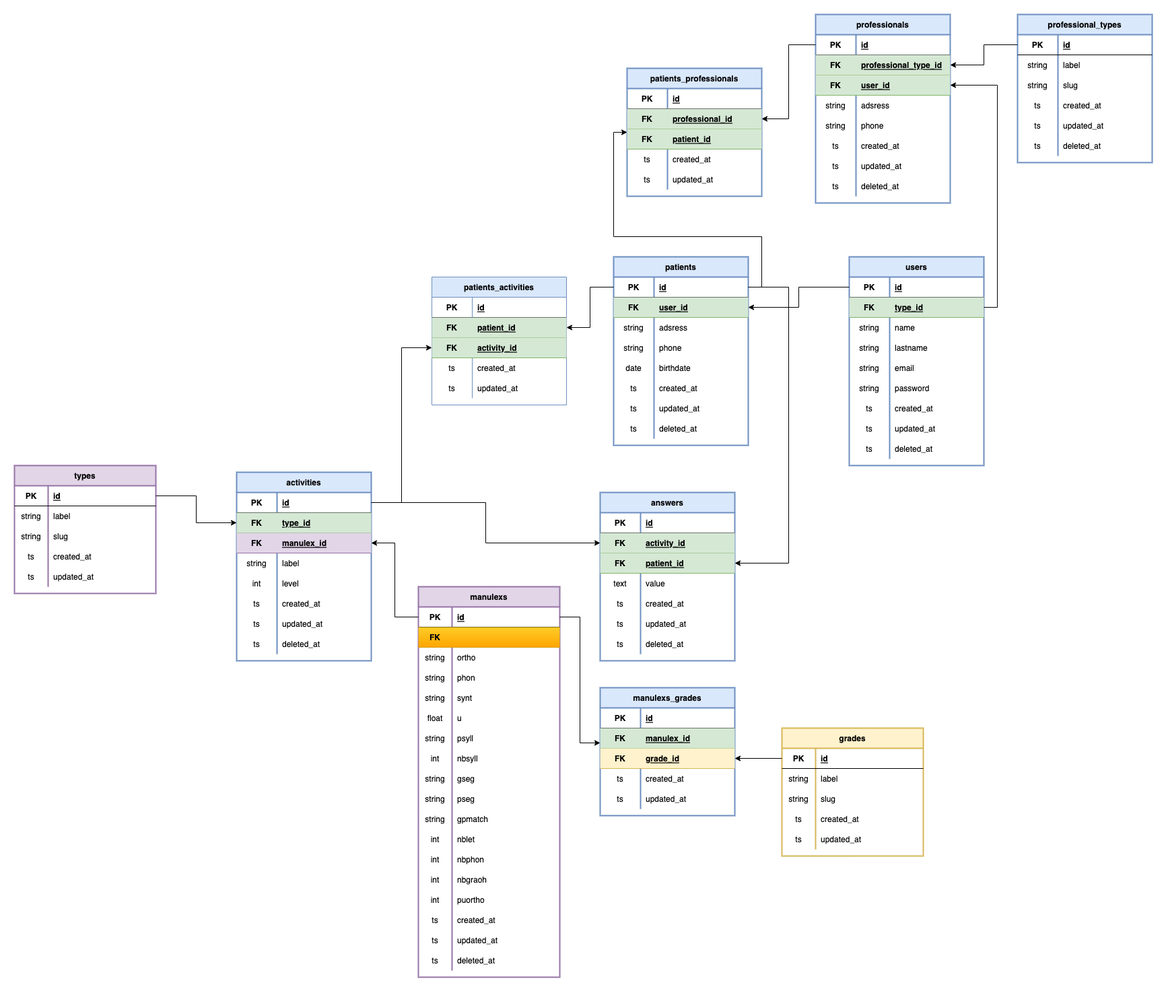
dofla077/horizon keeps this draw.io diagram as mcd/manulex.drawio.png. Above is the earlier version. Source tidied: cells renumbered, new cells last; positions are measured from the earlier drawing's top-left corner, leaving out a move shared by most shapes.
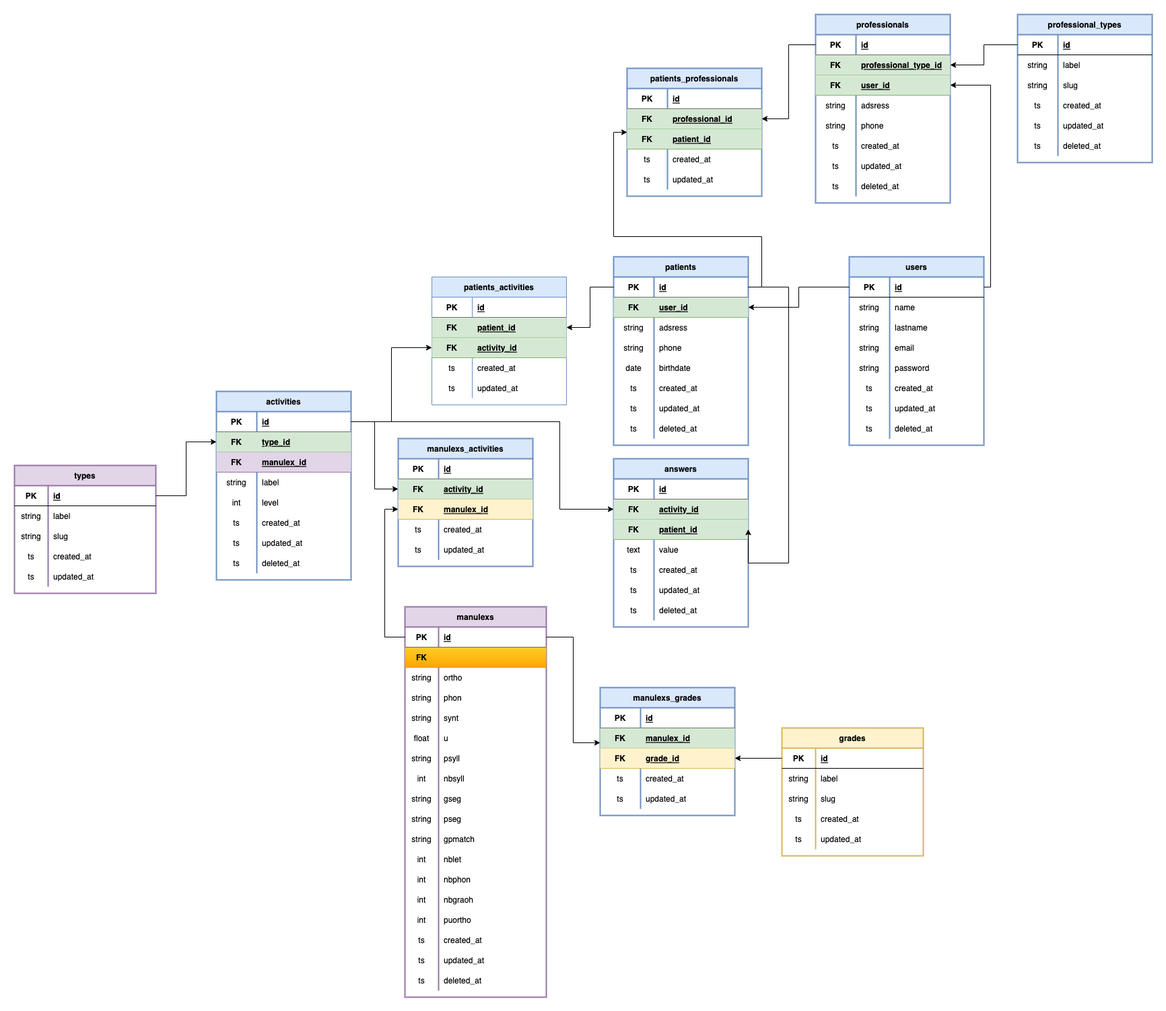
After the commit.

The edit, as a diff of the source:
```diff
@@ -3,7 +3,7 @@
     <mxCell id="0" />
     <mxCell id="1" parent="0" />
     <mxCell id="2" value="users" style="shape=table;startSize=30;rowLines=0;fontStyle=1;align=center;fillColor=#dae8fc;strokeColor=#6c8ebf;swimlaneFillColor=none;strokeWidth=2;fontColor=default;" parent="1" vertex="1">
-      <mxGeometry x="1240" y="360" width="200" height="310" as="geometry" />
+      <mxGeometry x="1240" y="360" width="200" height="280" as="geometry" />
     </mxCell>
     <mxCell id="3" style="shape=partialRectangle;fillColor=none;top=0;left=0;bottom=1;right=0;points=[[0,0.5],[1,0.5]];portConstraint=eastwest;" parent="2" vertex="1">
       <mxGeometry y="30" width="200" height="30" as="geometry" />
@@ -14,17 +14,8 @@
     <mxCell id="5" value="id" style="shape=partialRectangle;fillColor=none;top=0;left=0;bottom=0;right=0;align=left;spacingLeft=6;fontStyle=5;overflow=hidden;" parent="3" vertex="1">
       <mxGeometry x="60" width="140" height="30" as="geometry" />
     </mxCell>
-    <mxCell id="6" style="shape=partialRectangle;fillColor=#d5e8d4;top=0;left=0;bottom=1;right=0;points=[[0,0.5],[1,0.5]];portConstraint=eastwest;strokeColor=#82b366;" parent="2" vertex="1">
-      <mxGeometry y="60" width="200" height="30" as="geometry" />
-    </mxCell>
-    <mxCell id="7" value="FK" style="shape=partialRectangle;fillColor=none;top=0;left=0;bottom=0;right=0;fontStyle=1;overflow=hidden;" parent="6" vertex="1">
-      <mxGeometry width="60" height="30" as="geometry" />
-    </mxCell>
-    <mxCell id="8" value="type_id" style="shape=partialRectangle;fillColor=none;top=0;left=0;bottom=0;right=0;align=left;spacingLeft=6;fontStyle=5;overflow=hidden;fontColor=default;" parent="6" vertex="1">
-      <mxGeometry x="60" width="140" height="30" as="geometry" />
-    </mxCell>
     <mxCell id="9" style="shape=partialRectangle;fillColor=none;top=0;left=0;bottom=0;right=0;" parent="2" vertex="1">
-      <mxGeometry y="90" width="200" height="30" as="geometry" />
+      <mxGeometry y="60" width="200" height="30" as="geometry" />
     </mxCell>
     <mxCell id="10" value="string" style="shape=partialRectangle;fillColor=none;top=0;left=0;bottom=0;right=0;overflow=hidden;" parent="9" vertex="1">
       <mxGeometry width="60" height="30" as="geometry" />
@@ -33,7 +24,7 @@
       <mxGeometry x="60" width="140" height="30" as="geometry" />
     </mxCell>
     <mxCell id="12" style="shape=partialRectangle;fillColor=none;top=0;left=0;bottom=0;right=0;" parent="2" vertex="1">
-      <mxGeometry y="120" width="200" height="30" as="geometry" />
+      <mxGeometry y="90" width="200" height="30" as="geometry" />
     </mxCell>
     <mxCell id="13" value="string" style="shape=partialRectangle;fillColor=none;top=0;left=0;bottom=0;right=0;overflow=hidden;" parent="12" vertex="1">
       <mxGeometry width="60" height="30" as="geometry" />
@@ -42,7 +33,7 @@
       <mxGeometry x="60" width="140" height="30" as="geometry" />
     </mxCell>
     <mxCell id="15" style="shape=partialRectangle;fillColor=none;top=0;left=0;bottom=0;right=0;" parent="2" vertex="1">
-      <mxGeometry y="150" width="200" height="30" as="geometry" />
+      <mxGeometry y="120" width="200" height="30" as="geometry" />
     </mxCell>
     <mxCell id="16" value="string" style="shape=partialRectangle;fillColor=none;top=0;left=0;bottom=0;right=0;overflow=hidden;" parent="15" vertex="1">
       <mxGeometry width="60" height="30" as="geometry" />
@@ -51,7 +42,7 @@
       <mxGeometry x="60" width="140" height="30" as="geometry" />
     </mxCell>
     <mxCell id="18" style="shape=partialRectangle;fillColor=none;top=0;left=0;bottom=0;right=0;" parent="2" vertex="1">
-      <mxGeometry y="180" width="200" height="30" as="geometry" />
+      <mxGeometry y="150" width="200" height="30" as="geometry" />
     </mxCell>
     <mxCell id="19" value="string" style="shape=partialRectangle;fillColor=none;top=0;left=0;bottom=0;right=0;overflow=hidden;" parent="18" vertex="1">
       <mxGeometry width="60" height="30" as="geometry" />
@@ -60,7 +51,7 @@
       <mxGeometry x="60" width="140" height="30" as="geometry" />
     </mxCell>
     <mxCell id="21" style="shape=partialRectangle;fillColor=none;top=0;left=0;bottom=0;right=0;" parent="2" vertex="1">
-      <mxGeometry y="210" width="200" height="30" as="geometry" />
+      <mxGeometry y="180" width="200" height="30" as="geometry" />
     </mxCell>
     <mxCell id="22" value="ts" style="shape=partialRectangle;fillColor=none;top=0;left=0;bottom=0;right=0;overflow=hidden;" parent="21" vertex="1">
       <mxGeometry width="60" height="30" as="geometry" />
@@ -69,7 +60,7 @@
       <mxGeometry x="60" width="140" height="30" as="geometry" />
     </mxCell>
     <mxCell id="24" style="shape=partialRectangle;fillColor=none;top=0;left=0;bottom=0;right=0;" parent="2" vertex="1">
-      <mxGeometry y="240" width="200" height="30" as="geometry" />
+      <mxGeometry y="210" width="200" height="30" as="geometry" />
     </mxCell>
     <mxCell id="25" value="ts" style="shape=partialRectangle;fillColor=none;top=0;left=0;bottom=0;right=0;overflow=hidden;" parent="24" vertex="1">
       <mxGeometry width="60" height="30" as="geometry" />
@@ -78,7 +69,7 @@
       <mxGeometry x="60" width="140" height="30" as="geometry" />
     </mxCell>
     <mxCell id="27" style="shape=partialRectangle;fillColor=none;top=0;left=0;bottom=0;right=0;" parent="2" vertex="1">
-      <mxGeometry y="270" width="200" height="30" as="geometry" />
+      <mxGeometry y="240" width="200" height="30" as="geometry" />
     </mxCell>
     <mxCell id="28" value="ts" style="shape=partialRectangle;fillColor=none;top=0;left=0;bottom=0;right=0;overflow=hidden;" parent="27" vertex="1">
       <mxGeometry width="60" height="30" as="geometry" />
@@ -87,7 +78,7 @@
       <mxGeometry x="60" width="140" height="30" as="geometry" />
     </mxCell>
     <mxCell id="30" value="manulexs" style="shape=table;startSize=30;rowLines=0;fontStyle=1;align=center;rounded=0;shadow=0;sketch=0;fillColor=#e1d5e7;strokeColor=#9673a6;fontColor=default;strokeWidth=2;" parent="1" vertex="1">
-      <mxGeometry x="600" y="850" width="210" height="580" as="geometry" />
+      <mxGeometry x="580" y="880" width="210" height="580" as="geometry" />
     </mxCell>
     <mxCell id="31" style="shape=partialRectangle;fillColor=none;top=0;left=0;bottom=1;right=0;points=[[0,0.5],[1,0.5]];portConstraint=eastwest;" parent="30" vertex="1">
       <mxGeometry y="30" width="210" height="30" as="geometry" />
@@ -327,7 +318,7 @@
       <mxGeometry x="60" width="140" height="30" as="geometry" />
     </mxCell>
     <mxCell id="110" value="activities" style="shape=table;startSize=30;rowLines=0;fontStyle=1;align=center;fillColor=#dae8fc;strokeColor=#6c8ebf;swimlaneFillColor=none;strokeWidth=2;fontColor=default;" parent="1" vertex="1">
-      <mxGeometry x="330" y="680" width="200" height="280" as="geometry" />
+      <mxGeometry x="300" y="560" width="200" height="280" as="geometry" />
     </mxCell>
     <mxCell id="111" style="shape=partialRectangle;fillColor=none;top=0;left=0;bottom=1;right=0;points=[[0,0.5],[1,0.5]];portConstraint=eastwest;" parent="110" vertex="1">
       <mxGeometry y="30" width="200" height="30" as="geometry" />
@@ -510,7 +501,7 @@
       <mxGeometry relative="1" as="geometry" />
     </mxCell>
     <mxCell id="171" value="answers" style="shape=table;startSize=30;rowLines=0;fontStyle=1;align=center;fillColor=#dae8fc;strokeColor=#6c8ebf;swimlaneFillColor=none;strokeWidth=2;fontColor=default;" parent="1" vertex="1">
-      <mxGeometry x="870" y="710" width="200" height="250" as="geometry" />
+      <mxGeometry x="890" y="660" width="200" height="250" as="geometry" />
     </mxCell>
     <mxCell id="172" style="shape=partialRectangle;fillColor=none;top=0;left=0;bottom=1;right=0;" parent="171" vertex="1">
       <mxGeometry y="30" width="200" height="30" as="geometry" />
@@ -576,7 +567,12 @@
       <mxGeometry x="60" width="140" height="30" as="geometry" />
     </mxCell>
     <mxCell id="193" style="edgeStyle=orthogonalEdgeStyle;rounded=0;jettySize=auto;html=1;" parent="1" edge="1" source="111" target="175">
-      <mxGeometry relative="1" as="geometry" />
+      <mxGeometry relative="1" as="geometry">
+        <Array as="points">
+          <mxPoint x="810" y="605" />
+          <mxPoint x="810" y="735" />
+        </Array>
+      </mxGeometry>
     </mxCell>
     <mxCell id="194" style="edgeStyle=orthogonalEdgeStyle;rounded=0;jettySize=auto;html=1;entryX=1;entryY=0.5;entryDx=0;entryDy=0;" parent="1" edge="1" source="86" target="178">
       <mxGeometry relative="1" as="geometry">
@@ -586,9 +582,6 @@
         </Array>
       </mxGeometry>
     </mxCell>
-    <mxCell id="195" style="edgeStyle=orthogonalEdgeStyle;rounded=0;jettySize=auto;html=1;entryX=1;entryY=0.5;entryDx=0;entryDy=0;" parent="1" edge="1" source="31" target="117">
-      <mxGeometry relative="1" as="geometry" />
-    </mxCell>
     <mxCell id="196" value="grades" style="shape=table;startSize=30;rowLines=0;fontStyle=1;align=center;rounded=0;shadow=0;sketch=0;fillColor=#fff2cc;strokeColor=#d6b656;strokeWidth=2;" parent="1" vertex="1">
       <mxGeometry x="1140" y="1060" width="210" height="190" as="geometry" />
     </mxCell>
@@ -721,13 +714,13 @@
     <mxCell id="239" value="user_id" style="shape=partialRectangle;fillColor=none;top=0;left=0;bottom=0;right=0;align=left;spacingLeft=6;fontStyle=5;overflow=hidden;fontColor=default;" parent="237" vertex="1">
       <mxGeometry x="60" width="140" height="30" as="geometry" />
     </mxCell>
-    <mxCell id="240" style="shape=partialRectangle;fillColor=none;top=0;left=0;bottom=0;right=0;" parent="230" vertex="1">
-      <mxGeometry y="120" width="200" height="30" as="geometry" />
-    </mxCell>
+    <mxCell id="294" style="shape=partialRectangle;fillColor=none;top=0;left=0;bottom=0;right=0;" parent="230" vertex="1">
+      <mxGeometry y="120" width="200" height="30" as="geometry" />
+    </mxCell>
-    <mxCell id="241" value="string" style="shape=partialRectangle;fillColor=none;top=0;left=0;bottom=0;right=0;overflow=hidden;" parent="240" vertex="1">
+    <mxCell id="241" value="string" style="shape=partialRectangle;fillColor=none;top=0;left=0;bottom=0;right=0;overflow=hidden;" parent="294" vertex="1">
       <mxGeometry width="60" height="30" as="geometry" />
     </mxCell>
-    <mxCell id="242" value="adsress" style="shape=partialRectangle;fillColor=none;top=0;left=0;bottom=0;right=0;align=left;spacingLeft=6;overflow=hidden;" parent="240" vertex="1">
+    <mxCell id="242" value="adsress" style="shape=partialRectangle;fillColor=none;top=0;left=0;bottom=0;right=0;align=left;spacingLeft=6;overflow=hidden;" parent="294" vertex="1">
       <mxGeometry x="60" width="140" height="30" as="geometry" />
     </mxCell>
     <mxCell id="243" style="shape=partialRectangle;fillColor=none;top=0;left=0;bottom=0;right=0;" parent="230" vertex="1">
@@ -826,14 +819,6 @@
     <mxCell id="274" style="edgeStyle=orthogonalEdgeStyle;rounded=0;jettySize=auto;html=1;entryX=1;entryY=0.5;entryDx=0;entryDy=0;" parent="1" edge="1" source="256" target="234">
       <mxGeometry relative="1" as="geometry" />
     </mxCell>
-    <mxCell id="275" style="edgeStyle=orthogonalEdgeStyle;rounded=0;jettySize=auto;html=1;entryX=1;entryY=0.5;entryDx=0;entryDy=0;" parent="1" edge="1" source="6" target="237">
-      <mxGeometry relative="1" as="geometry">
-        <Array as="points">
-          <mxPoint x="1460" y="435" />
-          <mxPoint x="1460" y="105" />
-        </Array>
-      </mxGeometry>
-    </mxCell>
     <mxCell id="276" value="patients_professionals" style="shape=table;startSize=30;rowLines=0;fontStyle=1;align=center;fillColor=#dae8fc;strokeColor=#6c8ebf;swimlaneFillColor=none;strokeWidth=2;fontColor=default;" parent="1" vertex="1">
       <mxGeometry x="910" y="80" width="200" height="190" as="geometry" />
     </mxCell>
@@ -888,5 +873,67 @@
     <mxCell id="293" style="edgeStyle=orthogonalEdgeStyle;rounded=0;jettySize=auto;html=1;" parent="1" edge="1" source="231" target="280">
       <mxGeometry relative="1" as="geometry" />
     </mxCell>
+    <mxCell id="295" style="edgeStyle=orthogonalEdgeStyle;rounded=0;jettySize=auto;html=1;entryX=1;entryY=0.5;entryDx=0;entryDy=0;" parent="1" edge="1" source="3" target="237">
+      <mxGeometry relative="1" as="geometry">
+        <Array as="points">
+          <mxPoint x="1450" y="405" />
+          <mxPoint x="1450" y="105" />
+        </Array>
+      </mxGeometry>
+    </mxCell>
+    <mxCell id="296" value="manulexs_activities" style="shape=table;startSize=30;rowLines=0;fontStyle=1;align=center;fillColor=#dae8fc;strokeColor=#6c8ebf;swimlaneFillColor=none;strokeWidth=2;fontColor=default;" parent="1" vertex="1">
+      <mxGeometry x="570" y="630" width="200" height="190" as="geometry" />
+    </mxCell>
+    <mxCell id="297" style="shape=partialRectangle;fillColor=none;top=0;left=0;bottom=1;right=0;" parent="296" vertex="1">
+      <mxGeometry y="30" width="200" height="30" as="geometry" />
+    </mxCell>
+    <mxCell id="298" value="PK" style="shape=partialRectangle;fillColor=none;top=0;left=0;bottom=0;right=0;fontStyle=1;overflow=hidden;" parent="297" vertex="1">
+      <mxGeometry width="60" height="30" as="geometry" />
+    </mxCell>
+    <mxCell id="299" value="id" style="shape=partialRectangle;fillColor=none;top=0;left=0;bottom=0;right=0;align=left;spacingLeft=6;fontStyle=5;overflow=hidden;" parent="297" vertex="1">
+      <mxGeometry x="60" width="140" height="30" as="geometry" />
+    </mxCell>
+    <mxCell id="6" style="shape=partialRectangle;fillColor=#d5e8d4;top=0;left=0;bottom=1;right=0;points=[[0,0.5],[1,0.5]];portConstraint=eastwest;strokeColor=#82b366;" parent="296" vertex="1">
+      <mxGeometry y="60" width="200" height="30" as="geometry" />
+    </mxCell>
+    <mxCell id="300" value="FK" style="shape=partialRectangle;fillColor=none;top=0;left=0;bottom=0;right=0;fontStyle=1;overflow=hidden;" parent="6" vertex="1">
+      <mxGeometry width="60" height="30" as="geometry" />
+    </mxCell>
+    <mxCell id="301" value="activity_id" style="shape=partialRectangle;fillColor=none;top=0;left=0;bottom=0;right=0;align=left;spacingLeft=6;fontStyle=5;overflow=hidden;fontColor=default;" parent="6" vertex="1">
+      <mxGeometry x="60" width="140" height="30" as="geometry" />
+    </mxCell>
+    <mxCell id="302" style="shape=partialRectangle;fillColor=#fff2cc;top=0;left=0;bottom=1;right=0;points=[[0,0.5],[1,0.5]];portConstraint=eastwest;strokeColor=#d6b656;" parent="296" vertex="1">
+      <mxGeometry y="90" width="200" height="30" as="geometry" />
+    </mxCell>
+    <mxCell id="303" value="FK" style="shape=partialRectangle;fillColor=none;top=0;left=0;bottom=0;right=0;fontStyle=1;overflow=hidden;" parent="302" vertex="1">
+      <mxGeometry width="60" height="30" as="geometry" />
+    </mxCell>
+    <mxCell id="304" value="manulex_id" style="shape=partialRectangle;fillColor=none;top=0;left=0;bottom=0;right=0;align=left;spacingLeft=6;fontStyle=5;overflow=hidden;fontColor=default;" parent="302" vertex="1">
+      <mxGeometry x="60" width="140" height="30" as="geometry" />
+    </mxCell>
+    <mxCell id="305" style="shape=partialRectangle;fillColor=none;top=0;left=0;bottom=0;right=0;" parent="296" vertex="1">
+      <mxGeometry y="120" width="200" height="30" as="geometry" />
+    </mxCell>
+    <mxCell id="306" value="ts" style="shape=partialRectangle;fillColor=none;top=0;left=0;bottom=0;right=0;overflow=hidden;" parent="305" vertex="1">
+      <mxGeometry width="60" height="30" as="geometry" />
+    </mxCell>
+    <mxCell id="307" value="created_at" style="shape=partialRectangle;fillColor=none;top=0;left=0;bottom=0;right=0;align=left;spacingLeft=6;overflow=hidden;" parent="305" vertex="1">
+      <mxGeometry x="60" width="140" height="30" as="geometry" />
+    </mxCell>
+    <mxCell id="308" style="shape=partialRectangle;fillColor=none;top=0;left=0;bottom=0;right=0;" parent="296" vertex="1">
+      <mxGeometry y="150" width="200" height="30" as="geometry" />
+    </mxCell>
+    <mxCell id="309" value="ts" style="shape=partialRectangle;fillColor=none;top=0;left=0;bottom=0;right=0;overflow=hidden;" parent="308" vertex="1">
+      <mxGeometry width="60" height="30" as="geometry" />
+    </mxCell>
+    <mxCell id="310" value="updated_at" style="shape=partialRectangle;fillColor=none;top=0;left=0;bottom=0;right=0;align=left;spacingLeft=6;overflow=hidden;" parent="308" vertex="1">
+      <mxGeometry x="60" width="140" height="30" as="geometry" />
+    </mxCell>
+    <mxCell id="311" style="edgeStyle=orthogonalEdgeStyle;rounded=0;jettySize=auto;html=1;" parent="1" edge="1" source="111" target="6">
+      <mxGeometry relative="1" as="geometry" />
+    </mxCell>
+    <mxCell id="312" style="edgeStyle=orthogonalEdgeStyle;rounded=0;jettySize=auto;html=1;entryX=0;entryY=0.5;entryDx=0;entryDy=0;" parent="1" edge="1" source="31" target="302">
+      <mxGeometry relative="1" as="geometry" />
+    </mxCell>
   </root>
 </mxGraphModel>
```
